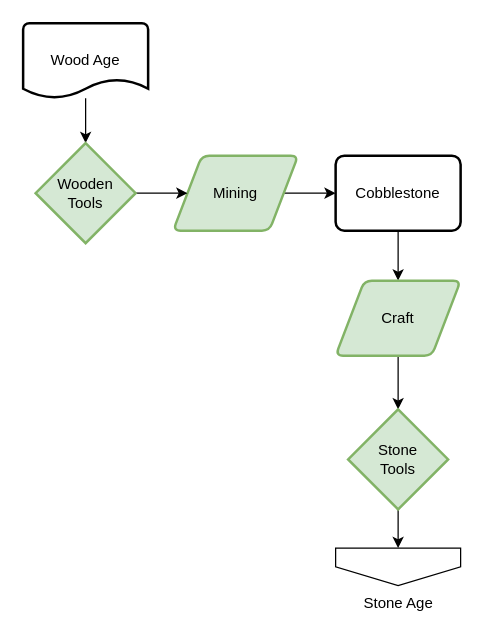
This is page "Wood Age" (4 of 8) of flowcharts/progression.drawio from MeepishRealms/Cog, a draw.io file, before an edit. Source tidied: cells renumbered, new cells numbered last; positions are measured from the earlier drawing's top-left corner, leaving out a move shared by most shapes. Both pictures are drawn from the tidied source at 125%, with x=0, y=0 at pixel (22, 22).
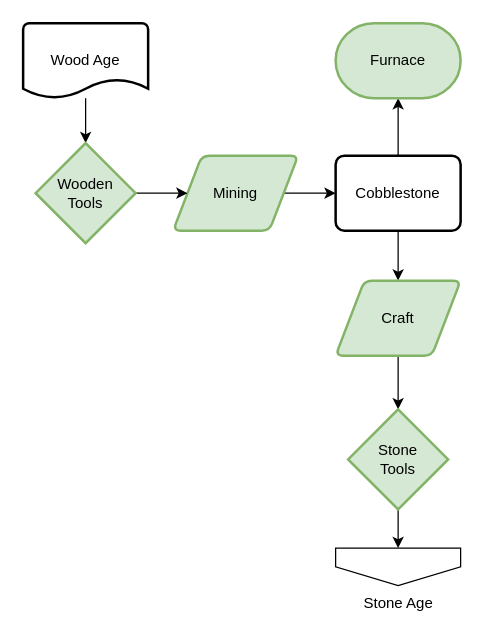
The same diagram, later.

The edit, as a diff of the source:
```diff
@@
 <mxGraphModel>
   <root>
     <mxCell id="0" />
     <mxCell id="1" parent="0" />
     <mxCell id="2" style="edgeStyle=orthogonalEdgeStyle;rounded=0;jettySize=auto;html=1;" parent="1" edge="1" source="3" target="9">
       <mxGeometry relative="1" as="geometry" />
     </mxCell>
     <mxCell id="3" value="Wood Age" style="strokeWidth=2;html=1;shape=mxgraph.flowchart.document2;whiteSpace=wrap;size=0.25;" parent="1" vertex="1">
       <mxGeometry width="100" height="60" as="geometry" />
     </mxCell>
     <mxCell id="4" style="edgeStyle=orthogonalEdgeStyle;rounded=0;jettySize=auto;html=1;" parent="1" edge="1" source="5" target="7">
       <mxGeometry relative="1" as="geometry" />
     </mxCell>
     <mxCell id="5" value="Mining" style="shape=parallelogram;html=1;strokeWidth=2;perimeter=parallelogramPerimeter;whiteSpace=wrap;rounded=1;arcSize=12;size=0.23;fillColor=#d5e8d4;strokeColor=#82b366;" parent="1" vertex="1">
       <mxGeometry x="120" y="106" width="100" height="60" as="geometry" />
     </mxCell>
     <mxCell id="6" style="edgeStyle=orthogonalEdgeStyle;rounded=0;jettySize=auto;html=1;exitX=0.5;exitY=1;exitDx=0;exitDy=0;" parent="1" edge="1" source="7" target="11">
       <mxGeometry relative="1" as="geometry" />
     </mxCell>
+    <mxCell id="15" style="edgeStyle=orthogonalEdgeStyle;rounded=0;jettySize=auto;html=1;" parent="1" edge="1" source="7" target="16">
+      <mxGeometry relative="1" as="geometry" />
+    </mxCell>
     <mxCell id="7" value="Cobblestone" style="rounded=1;whiteSpace=wrap;html=1;absoluteArcSize=1;arcSize=14;strokeWidth=2;" parent="1" vertex="1">
       <mxGeometry x="250" y="106" width="100" height="60" as="geometry" />
     </mxCell>
     <mxCell id="8" style="edgeStyle=orthogonalEdgeStyle;rounded=0;jettySize=auto;html=1;" parent="1" edge="1" source="9" target="5">
       <mxGeometry relative="1" as="geometry" />
     </mxCell>
     <mxCell id="9" value="Wooden&lt;br&gt;Tools" style="strokeWidth=2;html=1;shape=mxgraph.flowchart.decision;whiteSpace=wrap;fillColor=#d5e8d4;strokeColor=#82b366;" parent="1" vertex="1">
       <mxGeometry x="10" y="96" width="80" height="80" as="geometry" />
     </mxCell>
     <mxCell id="10" style="edgeStyle=orthogonalEdgeStyle;rounded=0;jettySize=auto;html=1;exitX=0.5;exitY=1;exitDx=0;exitDy=0;" parent="1" edge="1" source="11" target="13">
       <mxGeometry relative="1" as="geometry" />
     </mxCell>
     <mxCell id="11" value="Craft" style="shape=parallelogram;html=1;strokeWidth=2;perimeter=parallelogramPerimeter;whiteSpace=wrap;rounded=1;arcSize=12;size=0.23;fillColor=#d5e8d4;strokeColor=#82b366;" parent="1" vertex="1">
       <mxGeometry x="250" y="206" width="100" height="60" as="geometry" />
     </mxCell>
     <mxCell id="12" style="edgeStyle=orthogonalEdgeStyle;rounded=0;jettySize=auto;html=1;exitX=0.5;exitY=1;exitDx=0;exitDy=0;exitPerimeter=0;entryX=0.5;entryY=0;entryDx=0;entryDy=0;" parent="1" edge="1" source="13" target="14">
       <mxGeometry relative="1" as="geometry" />
     </mxCell>
     <mxCell id="13" value="Stone&lt;br&gt;Tools" style="strokeWidth=2;html=1;shape=mxgraph.flowchart.decision;whiteSpace=wrap;fillColor=#d5e8d4;strokeColor=#82b366;" parent="1" vertex="1">
       <mxGeometry x="260" y="309" width="80" height="80" as="geometry" />
     </mxCell>
     <mxCell id="14" value="Stone Age" style="verticalLabelPosition=bottom;verticalAlign=top;html=1;shape=offPageConnector;rounded=0;size=0.5;" parent="1" vertex="1">
       <mxGeometry x="250" y="420" width="100" height="30" as="geometry" />
     </mxCell>
+    <mxCell id="16" value="Furnace" style="strokeWidth=2;html=1;shape=mxgraph.flowchart.terminator;whiteSpace=wrap;fillColor=#d5e8d4;strokeColor=#82b366;" parent="1" vertex="1">
+      <mxGeometry x="250" width="100" height="60" as="geometry" />
+    </mxCell>
   </root>
 </mxGraphModel>
```
